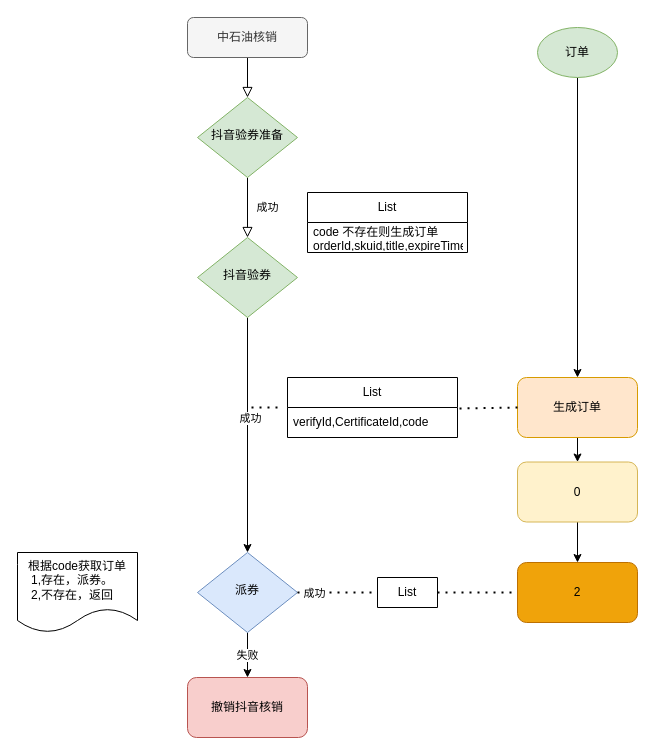
Earlier version of the draw.io diagram xlh/xlh.drawio (zhanghaiyang1/draw). Source tidied: cells renumbered, new cells numbered last; positions are measured from the earlier drawing's top-left corner, leaving out a move shared by most shapes. Both pictures are drawn from the tidied source at 100%, with x=0, y=0 at pixel (17, 17).
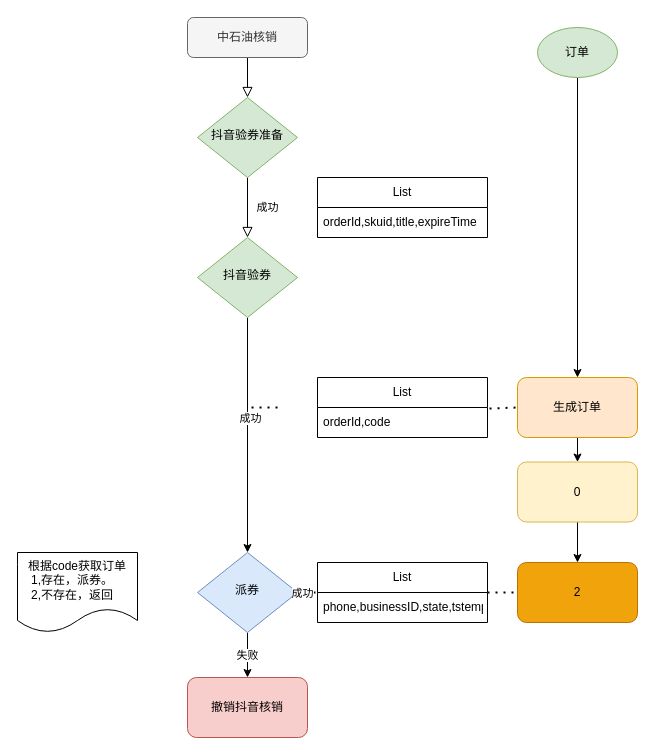
The same page after the edit.

What changed in the source:
```diff
@@
     <mxCell id="18" value="List" style="swimlane;fontStyle=0;horizontal=1;startSize=30;whiteSpace=wrap;html=1;" parent="1" vertex="1">
-      <mxGeometry x="270" y="360" width="170" height="60" as="geometry" />
+      <mxGeometry x="300" y="360" width="170" height="60" as="geometry" />
     </mxCell>
-    <mxCell id="19" value="verifyId,CertificateId,code" style="text;strokeColor=none;fillColor=none;align=left;verticalAlign=middle;spacingLeft=4;spacingRight=4;overflow=hidden;points=[[0,0.5],[1,0.5]];portConstraint=eastwest;whiteSpace=wrap;html=1;" parent="18" vertex="1">
+    <mxCell id="19" value="orderId,code" style="text;strokeColor=none;fillColor=none;align=left;verticalAlign=middle;spacingLeft=4;spacingRight=4;overflow=hidden;points=[[0,0.5],[1,0.5]];portConstraint=eastwest;whiteSpace=wrap;html=1;" parent="18" vertex="1">
       <mxGeometry y="30" width="170" height="30" as="geometry" />
     </mxCell>
     <mxCell id="20" value="List" style="swimlane;fontStyle=0;horizontal=1;startSize=30;whiteSpace=wrap;html=1;" parent="1" vertex="1">
-      <mxGeometry x="290" y="175" width="160" height="60" as="geometry" />
+      <mxGeometry x="300" y="160" width="170" height="60" as="geometry" />
     </mxCell>
-    <mxCell id="21" value="&lt;div&gt;code 不存在则生成订单&lt;/div&gt;&lt;div&gt;orderId,skuid,title,expireTime&lt;/div&gt;" style="text;strokeColor=none;fillColor=none;align=left;verticalAlign=middle;spacingLeft=4;spacingRight=4;overflow=hidden;whiteSpace=wrap;html=1;" parent="20" vertex="1">
-      <mxGeometry y="30" width="160" height="30" as="geometry" />
+    <mxCell id="21" value="&lt;div&gt;orderId,skuid,title,expireTime&lt;/div&gt;" style="text;strokeColor=none;fillColor=none;align=left;verticalAlign=middle;spacingLeft=4;spacingRight=4;overflow=hidden;whiteSpace=wrap;html=1;" parent="20" vertex="1">
+      <mxGeometry y="30" width="170" height="30" as="geometry" />
     </mxCell>
@@
-    <mxCell id="26" value="List" style="swimlane;fontStyle=0;horizontal=1;startSize=30;whiteSpace=wrap;html=1;" parent="1" vertex="1" collapsed="1">
-      <mxGeometry x="360" y="560" width="60" height="30" as="geometry" />
+    <mxCell id="26" value="List" style="swimlane;fontStyle=0;horizontal=1;startSize=30;whiteSpace=wrap;html=1;" parent="1" vertex="1">
+      <mxGeometry x="300" y="545" width="170" height="60" as="geometry" />
     </mxCell>
+    <mxCell id="30" value="phone,businessID,state,tstemp" style="text;strokeColor=none;fillColor=none;align=left;verticalAlign=middle;spacingLeft=4;spacingRight=4;overflow=hidden;whiteSpace=wrap;html=1;" parent="26" vertex="1">
+      <mxGeometry y="30" width="170" height="30" as="geometry" />
+    </mxCell>
```
